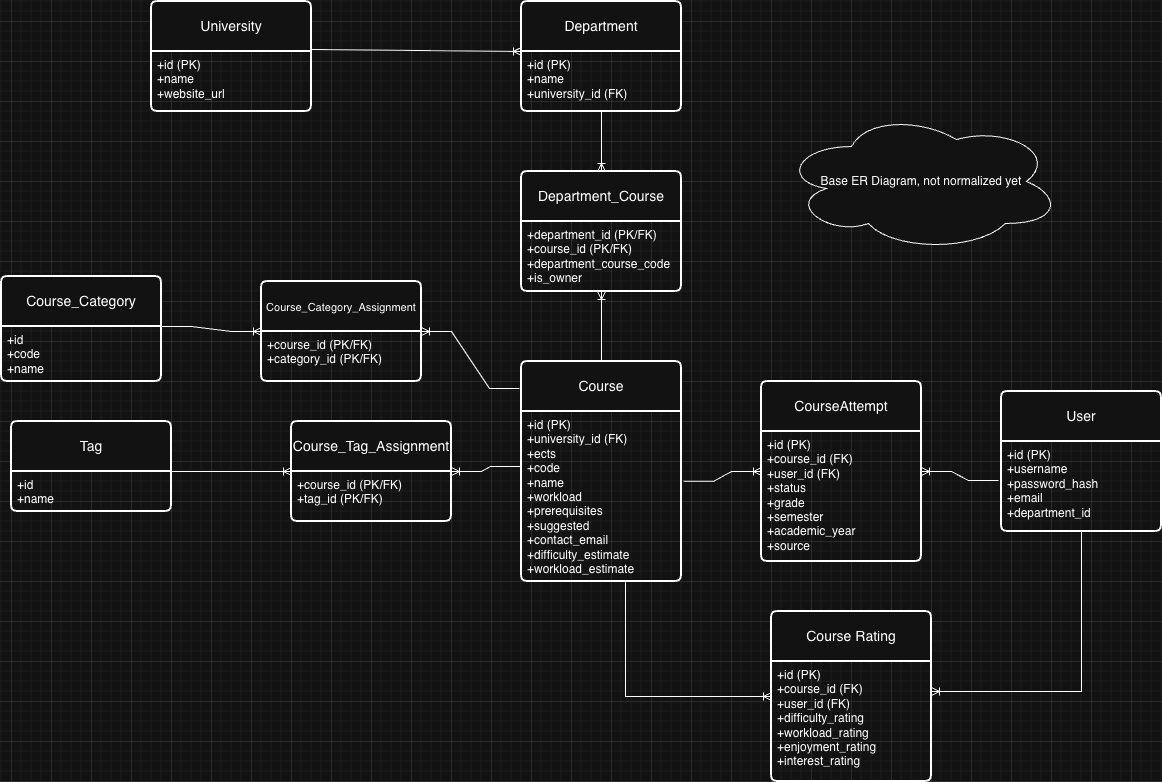
Above: docs/Database/ER.png in SpyrosSiachamis/AcademicAdvisor (draw.io), before the change. Source tidied: cells renumbered, new cells last; positions are measured from the earlier drawing's top-left corner, leaving out a move shared by most shapes.
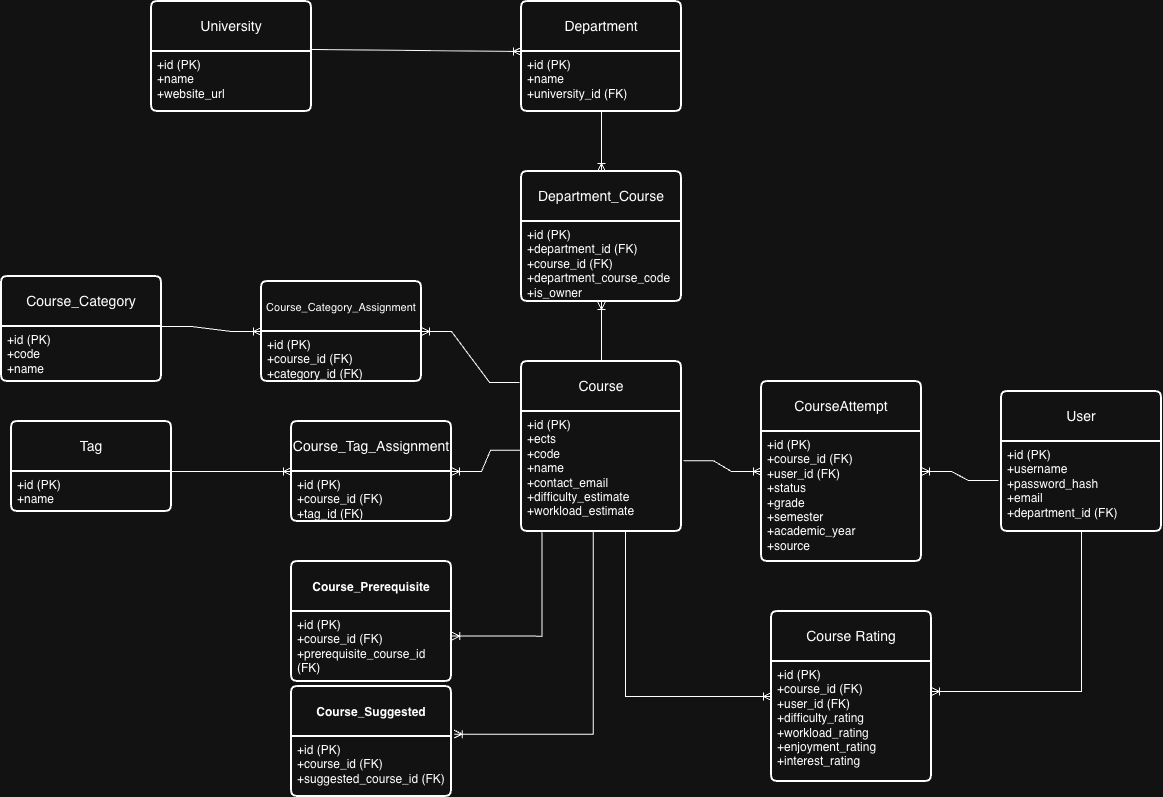
After the change.

Commit message:
Update ER diagram png to reflect recent database schema changes

Diff of the diagram source:
```diff
@@ -5,6 +5,6 @@
     <mxCell id="2" value="Course" style="swimlane;horizontal=1;startSize=50;rounded=1;fontSize=14;fontStyle=0;strokeWidth=2;shadow=0;dashed=0;align=center;arcSize=4;whiteSpace=wrap;html=1;" parent="1" vertex="1">
-      <mxGeometry x="520" y="360" width="160" height="220" as="geometry" />
+      <mxGeometry x="520" y="360" width="160" height="170" as="geometry" />
     </mxCell>
-    <mxCell id="3" value="+id (PK)&lt;div&gt;+university_id (FK)&lt;br&gt;&lt;div&gt;&lt;div&gt;+ects&lt;/div&gt;&lt;div&gt;+code&lt;/div&gt;&lt;div&gt;+name&lt;/div&gt;&lt;div&gt;+workload&lt;/div&gt;&lt;div&gt;+prerequisites&lt;br&gt;+suggested&lt;/div&gt;&lt;div&gt;&lt;span style=&quot;background-color: transparent; color: light-dark(rgb(0, 0, 0), rgb(255, 255, 255));&quot;&gt;+contact_email&lt;/span&gt;&lt;/div&gt;&lt;/div&gt;&lt;div&gt;+difficulty_estimate&lt;/div&gt;&lt;div&gt;+workload_estimate&lt;/div&gt;&lt;/div&gt;" style="align=left;strokeColor=none;fillColor=none;spacingLeft=4;spacingRight=4;fontSize=12;verticalAlign=top;html=1;whiteSpace=wrap;" parent="2" vertex="1">
-      <mxGeometry y="50" width="160" height="170" as="geometry" />
+    <mxCell id="3" value="+id (PK)&lt;div&gt;&lt;div&gt;&lt;div&gt;+ects&lt;/div&gt;&lt;div&gt;+code&lt;/div&gt;&lt;div&gt;+name&lt;/div&gt;&lt;div&gt;&lt;span style=&quot;background-color: transparent; color: light-dark(rgb(0, 0, 0), rgb(255, 255, 255));&quot;&gt;+contact_email&lt;/span&gt;&lt;/div&gt;&lt;/div&gt;&lt;div&gt;+difficulty_estimate&lt;/div&gt;&lt;div&gt;+workload_estimate&lt;/div&gt;&lt;/div&gt;" style="align=left;strokeColor=none;fillColor=none;spacingLeft=4;spacingRight=4;fontSize=12;verticalAlign=top;html=1;whiteSpace=wrap;" parent="2" vertex="1">
+      <mxGeometry y="50" width="160" height="120" as="geometry" />
     </mxCell>
@@ -13,3 +13,3 @@
     </mxCell>
-    <mxCell id="5" value="+id (PK)&lt;div&gt;+username&lt;/div&gt;&lt;div&gt;+password_hash&lt;/div&gt;&lt;div&gt;+email&lt;/div&gt;&lt;div&gt;+department_id&lt;/div&gt;" style="align=left;strokeColor=none;fillColor=none;spacingLeft=4;spacingRight=4;fontSize=12;verticalAlign=top;html=1;whiteSpace=wrap;" parent="4" vertex="1">
+    <mxCell id="5" value="+id (PK)&lt;div&gt;+username&lt;/div&gt;&lt;div&gt;+password_hash&lt;/div&gt;&lt;div&gt;+email&lt;/div&gt;&lt;div&gt;+department_id (FK)&lt;/div&gt;" style="align=left;strokeColor=none;fillColor=none;spacingLeft=4;spacingRight=4;fontSize=12;verticalAlign=top;html=1;whiteSpace=wrap;" parent="4" vertex="1">
       <mxGeometry y="50" width="160" height="90" as="geometry" />
@@ -19,3 +19,3 @@
     </mxCell>
-    <mxCell id="7" value="+id&lt;div&gt;+name&lt;/div&gt;" style="align=left;strokeColor=none;fillColor=none;spacingLeft=4;spacingRight=4;fontSize=12;verticalAlign=top;html=1;whiteSpace=wrap;" parent="6" vertex="1">
+    <mxCell id="7" value="+id (PK)&lt;div&gt;+name&lt;/div&gt;" style="align=left;strokeColor=none;fillColor=none;spacingLeft=4;spacingRight=4;fontSize=12;verticalAlign=top;html=1;whiteSpace=wrap;" parent="6" vertex="1">
       <mxGeometry y="50" width="160" height="40" as="geometry" />
@@ -25,3 +25,3 @@
     </mxCell>
-    <mxCell id="9" value="+course_id (PK/FK)&lt;div&gt;+tag_id (PK/FK)&lt;/div&gt;" style="align=left;strokeColor=none;fillColor=none;spacingLeft=4;spacingRight=4;fontSize=12;verticalAlign=top;html=1;whiteSpace=wrap;" parent="8" vertex="1">
+    <mxCell id="9" value="+id (PK)&lt;div&gt;+course_id (FK)&lt;/div&gt;&lt;div&gt;+tag_id (FK)&lt;/div&gt;" style="align=left;strokeColor=none;fillColor=none;spacingLeft=4;spacingRight=4;fontSize=12;verticalAlign=top;html=1;whiteSpace=wrap;" parent="8" vertex="1">
       <mxGeometry y="50" width="160" height="50" as="geometry" />
@@ -34,74 +34,93 @@
     </mxCell>
-    <mxCell id="12" value="Base ER Diagram, not normalized yet" style="ellipse;shape=cloud;whiteSpace=wrap;html=1;" parent="1" vertex="1">
-      <mxGeometry x="780" y="110" width="280" height="140" as="geometry" />
+    <mxCell id="12" value="&lt;p class=&quot;p1&quot;&gt;CourseAttempt&lt;/p&gt;" style="swimlane;horizontal=1;startSize=50;rounded=1;fontSize=14;fontStyle=0;strokeWidth=2;shadow=0;dashed=0;align=center;arcSize=4;whiteSpace=wrap;html=1;" parent="1" vertex="1">
+      <mxGeometry x="760" y="380" width="160" height="180" as="geometry" />
     </mxCell>
-    <mxCell id="13" value="&lt;p class=&quot;p1&quot;&gt;CourseAttempt&lt;/p&gt;" style="swimlane;horizontal=1;startSize=50;rounded=1;fontSize=14;fontStyle=0;strokeWidth=2;shadow=0;dashed=0;align=center;arcSize=4;whiteSpace=wrap;html=1;" parent="1" vertex="1">
-      <mxGeometry x="760" y="380" width="160" height="180" as="geometry" />
+    <mxCell id="13" value="&lt;div&gt;+id (PK)&lt;/div&gt;+course_id (FK)&lt;div&gt;+user_id (FK)&lt;/div&gt;&lt;div&gt;+status&lt;/div&gt;&lt;div&gt;+grade&lt;/div&gt;&lt;div&gt;+semester&lt;/div&gt;&lt;div&gt;+academic_year&lt;/div&gt;&lt;div&gt;+source&lt;/div&gt;" style="align=left;strokeColor=none;fillColor=none;spacingLeft=4;spacingRight=4;fontSize=12;verticalAlign=top;html=1;whiteSpace=wrap;" parent="12" vertex="1">
+      <mxGeometry y="50" width="160" height="130" as="geometry" />
     </mxCell>
-    <mxCell id="14" value="&lt;div&gt;+id (PK)&lt;/div&gt;+course_id (FK)&lt;div&gt;+user_id (FK)&lt;/div&gt;&lt;div&gt;+status&lt;/div&gt;&lt;div&gt;+grade&lt;/div&gt;&lt;div&gt;+semester&lt;/div&gt;&lt;div&gt;+academic_year&lt;/div&gt;&lt;div&gt;+source&lt;/div&gt;" style="align=left;strokeColor=none;fillColor=none;spacingLeft=4;spacingRight=4;fontSize=12;verticalAlign=top;html=1;whiteSpace=wrap;" parent="13" vertex="1">
-      <mxGeometry y="50" width="160" height="130" as="geometry" />
+    <mxCell id="14" style="edgeStyle=entityRelationEdgeStyle;fontSize=12;html=1;endArrow=ERoneToMany;rounded=0;exitX=-0.019;exitY=0.433;exitDx=0;exitDy=0;entryX=1;entryY=0.5;entryDx=0;entryDy=0;exitPerimeter=0;" parent="1" edge="1" source="5" target="12">
+      <mxGeometry relative="1" as="geometry" />
     </mxCell>
-    <mxCell id="15" style="edgeStyle=entityRelationEdgeStyle;fontSize=12;html=1;endArrow=ERoneToMany;rounded=0;exitX=-0.019;exitY=0.433;exitDx=0;exitDy=0;entryX=1;entryY=0.5;entryDx=0;entryDy=0;exitPerimeter=0;" parent="1" edge="1" source="5" target="13">
+    <mxCell id="15" style="edgeStyle=entityRelationEdgeStyle;fontSize=12;html=1;endArrow=ERoneToMany;rounded=0;exitX=1.013;exitY=0.411;exitDx=0;exitDy=0;exitPerimeter=0;entryX=0;entryY=0.5;entryDx=0;entryDy=0;" parent="1" edge="1" source="3" target="12">
       <mxGeometry relative="1" as="geometry" />
     </mxCell>
-    <mxCell id="16" style="edgeStyle=entityRelationEdgeStyle;fontSize=12;html=1;endArrow=ERoneToMany;rounded=0;exitX=1.013;exitY=0.411;exitDx=0;exitDy=0;exitPerimeter=0;entryX=0;entryY=0.5;entryDx=0;entryDy=0;" parent="1" edge="1" source="3" target="13">
-      <mxGeometry relative="1" as="geometry" />
+    <mxCell id="16" value="&lt;p class=&quot;p1&quot;&gt;Course Rating&lt;/p&gt;" style="swimlane;horizontal=1;startSize=50;rounded=1;fontSize=14;fontStyle=0;strokeWidth=2;shadow=0;dashed=0;align=center;arcSize=4;whiteSpace=wrap;html=1;" parent="1" vertex="1">
+      <mxGeometry x="770" y="610" width="160" height="170" as="geometry" />
     </mxCell>
-    <mxCell id="17" value="&lt;p class=&quot;p1&quot;&gt;Course Rating&lt;/p&gt;" style="swimlane;horizontal=1;startSize=50;rounded=1;fontSize=14;fontStyle=0;strokeWidth=2;shadow=0;dashed=0;align=center;arcSize=4;whiteSpace=wrap;html=1;" parent="1" vertex="1">
-      <mxGeometry x="770" y="610" width="160" height="170" as="geometry" />
+    <mxCell id="17" value="&lt;div&gt;+id (PK)&lt;/div&gt;+course_id (FK)&lt;div&gt;+user_id (FK)&lt;/div&gt;&lt;div&gt;+difficulty_rating&lt;/div&gt;&lt;div&gt;+workload_rating&lt;/div&gt;&lt;div&gt;+enjoyment_rating&lt;/div&gt;&lt;div&gt;+interest_rating&lt;/div&gt;" style="align=left;strokeColor=none;fillColor=none;spacingLeft=4;spacingRight=4;fontSize=12;verticalAlign=top;html=1;whiteSpace=wrap;" parent="16" vertex="1">
+      <mxGeometry y="50" width="160" height="120" as="geometry" />
     </mxCell>
-    <mxCell id="18" value="&lt;div&gt;+id (PK)&lt;/div&gt;+course_id (FK)&lt;div&gt;+user_id (FK)&lt;/div&gt;&lt;div&gt;+difficulty_rating&lt;/div&gt;&lt;div&gt;+workload_rating&lt;/div&gt;&lt;div&gt;+enjoyment_rating&lt;/div&gt;&lt;div&gt;+interest_rating&lt;/div&gt;" style="align=left;strokeColor=none;fillColor=none;spacingLeft=4;spacingRight=4;fontSize=12;verticalAlign=top;html=1;whiteSpace=wrap;" parent="17" vertex="1">
-      <mxGeometry y="50" width="160" height="120" as="geometry" />
+    <mxCell id="18" style="fontSize=12;html=1;endArrow=ERoneToMany;rounded=0;exitX=0.65;exitY=1.005;exitDx=0;exitDy=0;exitPerimeter=0;entryX=0;entryY=0.5;entryDx=0;entryDy=0;edgeStyle=orthogonalEdgeStyle;" parent="1" edge="1" source="3" target="16">
+      <mxGeometry relative="1" as="geometry" />
     </mxCell>
-    <mxCell id="19" style="fontSize=12;html=1;endArrow=ERoneToMany;rounded=0;exitX=0.65;exitY=1.005;exitDx=0;exitDy=0;exitPerimeter=0;entryX=0;entryY=0.5;entryDx=0;entryDy=0;edgeStyle=orthogonalEdgeStyle;" parent="1" edge="1" source="3" target="17">
+    <mxCell id="19" style="edgeStyle=orthogonalEdgeStyle;fontSize=12;html=1;endArrow=ERoneToMany;rounded=0;exitX=0.5;exitY=1;exitDx=0;exitDy=0;entryX=1;entryY=0.25;entryDx=0;entryDy=0;" parent="1" edge="1" source="5" target="17">
       <mxGeometry relative="1" as="geometry" />
     </mxCell>
-    <mxCell id="20" style="edgeStyle=orthogonalEdgeStyle;fontSize=12;html=1;endArrow=ERoneToMany;rounded=0;exitX=0.5;exitY=1;exitDx=0;exitDy=0;entryX=1;entryY=0.25;entryDx=0;entryDy=0;" parent="1" edge="1" source="5" target="18">
-      <mxGeometry relative="1" as="geometry" />
+    <mxCell id="20" value="Department" style="swimlane;horizontal=1;startSize=50;rounded=1;fontSize=14;fontStyle=0;strokeWidth=2;shadow=0;dashed=0;align=center;arcSize=4;whiteSpace=wrap;html=1;" parent="1" vertex="1">
+      <mxGeometry x="520" width="160" height="110" as="geometry" />
     </mxCell>
-    <mxCell id="21" value="Department" style="swimlane;horizontal=1;startSize=50;rounded=1;fontSize=14;fontStyle=0;strokeWidth=2;shadow=0;dashed=0;align=center;arcSize=4;whiteSpace=wrap;html=1;" parent="1" vertex="1">
-      <mxGeometry x="520" width="160" height="110" as="geometry" />
+    <mxCell id="21" value="+id (PK)&lt;div&gt;+name&lt;/div&gt;&lt;div&gt;+university_id (FK)&lt;/div&gt;" style="align=left;strokeColor=none;fillColor=none;spacingLeft=4;spacingRight=4;fontSize=12;verticalAlign=top;html=1;whiteSpace=wrap;" parent="20" vertex="1">
+      <mxGeometry y="50" width="160" height="60" as="geometry" />
     </mxCell>
-    <mxCell id="22" value="+id (PK)&lt;div&gt;+name&lt;/div&gt;&lt;div&gt;+university_id (FK)&lt;/div&gt;" style="align=left;strokeColor=none;fillColor=none;spacingLeft=4;spacingRight=4;fontSize=12;verticalAlign=top;html=1;whiteSpace=wrap;" parent="21" vertex="1">
-      <mxGeometry y="50" width="160" height="60" as="geometry" />
+    <mxCell id="22" value="Department_Course" style="swimlane;horizontal=1;startSize=50;rounded=1;fontSize=14;fontStyle=0;strokeWidth=2;shadow=0;dashed=0;align=center;arcSize=4;whiteSpace=wrap;html=1;" parent="1" vertex="1">
+      <mxGeometry x="520" y="170" width="160" height="130" as="geometry" />
     </mxCell>
-    <mxCell id="23" value="Department_Course" style="swimlane;horizontal=1;startSize=50;rounded=1;fontSize=14;fontStyle=0;strokeWidth=2;shadow=0;dashed=0;align=center;arcSize=4;whiteSpace=wrap;html=1;" parent="1" vertex="1">
-      <mxGeometry x="520" y="170" width="160" height="120" as="geometry" />
+    <mxCell id="23" value="&lt;div&gt;+id (PK)&lt;/div&gt;&lt;div&gt;+department_id (FK)&lt;/div&gt;&lt;div&gt;+course_id (FK)&lt;/div&gt;&lt;div&gt;+department_course_code&lt;/div&gt;&lt;div&gt;+is_owner&lt;/div&gt;" style="align=left;strokeColor=none;fillColor=none;spacingLeft=4;spacingRight=4;fontSize=12;verticalAlign=top;html=1;whiteSpace=wrap;" parent="22" vertex="1">
+      <mxGeometry y="50" width="160" height="80" as="geometry" />
     </mxCell>
-    <mxCell id="24" value="&lt;div&gt;+department_id (PK/FK)&lt;/div&gt;&lt;div&gt;+course_id (PK/FK)&lt;/div&gt;&lt;div&gt;+department_course_code&lt;/div&gt;&lt;div&gt;+is_owner&lt;/div&gt;" style="align=left;strokeColor=none;fillColor=none;spacingLeft=4;spacingRight=4;fontSize=12;verticalAlign=top;html=1;whiteSpace=wrap;" parent="23" vertex="1">
-      <mxGeometry y="50" width="160" height="70" as="geometry" />
+    <mxCell id="24" style="fontSize=12;html=1;endArrow=ERoneToMany;rounded=0;entryX=0.5;entryY=0;entryDx=0;entryDy=0;exitX=0.5;exitY=1;exitDx=0;exitDy=0;" parent="1" edge="1" source="21" target="22">
+      <mxGeometry relative="1" as="geometry" />
     </mxCell>
-    <mxCell id="25" style="fontSize=12;html=1;endArrow=ERoneToMany;rounded=0;entryX=0.5;entryY=0;entryDx=0;entryDy=0;exitX=0.5;exitY=1;exitDx=0;exitDy=0;" parent="1" edge="1" source="22" target="23">
+    <mxCell id="25" style="fontSize=12;html=1;endArrow=ERoneToMany;rounded=0;entryX=0.5;entryY=1;entryDx=0;entryDy=0;exitX=0.5;exitY=0;exitDx=0;exitDy=0;" parent="1" edge="1" source="2" target="23">
       <mxGeometry relative="1" as="geometry" />
     </mxCell>
-    <mxCell id="26" style="fontSize=12;html=1;endArrow=ERoneToMany;rounded=0;entryX=0.5;entryY=1;entryDx=0;entryDy=0;exitX=0.5;exitY=0;exitDx=0;exitDy=0;" parent="1" edge="1" source="2" target="24">
-      <mxGeometry relative="1" as="geometry" />
+    <mxCell id="26" value="University" style="swimlane;horizontal=1;startSize=50;rounded=1;fontSize=14;fontStyle=0;strokeWidth=2;shadow=0;dashed=0;align=center;arcSize=4;whiteSpace=wrap;html=1;" parent="1" vertex="1">
+      <mxGeometry x="150" width="160" height="110" as="geometry" />
     </mxCell>
-    <mxCell id="27" value="University" style="swimlane;horizontal=1;startSize=50;rounded=1;fontSize=14;fontStyle=0;strokeWidth=2;shadow=0;dashed=0;align=center;arcSize=4;whiteSpace=wrap;html=1;" parent="1" vertex="1">
-      <mxGeometry x="150" width="160" height="110" as="geometry" />
+    <mxCell id="27" value="+id (PK)&lt;div&gt;+name&lt;/div&gt;&lt;div&gt;+website_url&lt;/div&gt;" style="align=left;strokeColor=none;fillColor=none;spacingLeft=4;spacingRight=4;fontSize=12;verticalAlign=top;html=1;whiteSpace=wrap;" parent="26" vertex="1">
+      <mxGeometry y="50" width="160" height="60" as="geometry" />
     </mxCell>
-    <mxCell id="28" value="+id (PK)&lt;div&gt;+name&lt;/div&gt;&lt;div&gt;+website_url&lt;/div&gt;" style="align=left;strokeColor=none;fillColor=none;spacingLeft=4;spacingRight=4;fontSize=12;verticalAlign=top;html=1;whiteSpace=wrap;" parent="27" vertex="1">
-      <mxGeometry y="50" width="160" height="60" as="geometry" />
+    <mxCell id="28" style="fontSize=12;html=1;endArrow=ERoneToMany;rounded=0;entryX=0;entryY=0;entryDx=0;entryDy=0;exitX=0.994;exitY=0.436;exitDx=0;exitDy=0;exitPerimeter=0;" parent="1" edge="1" source="26" target="21">
+      <mxGeometry relative="1" as="geometry" />
     </mxCell>
-    <mxCell id="29" style="fontSize=12;html=1;endArrow=ERoneToMany;rounded=0;entryX=0;entryY=0;entryDx=0;entryDy=0;exitX=0.994;exitY=0.436;exitDx=0;exitDy=0;exitPerimeter=0;" parent="1" edge="1" source="27" target="22">
-      <mxGeometry relative="1" as="geometry" />
+    <mxCell id="29" value="Course_Category" style="swimlane;horizontal=1;startSize=50;rounded=1;fontSize=14;fontStyle=0;strokeWidth=2;shadow=0;dashed=0;align=center;arcSize=4;whiteSpace=wrap;html=1;" parent="1" vertex="1">
+      <mxGeometry y="275" width="160" height="105" as="geometry" />
     </mxCell>
-    <mxCell id="30" value="Course_Category" style="swimlane;horizontal=1;startSize=50;rounded=1;fontSize=14;fontStyle=0;strokeWidth=2;shadow=0;dashed=0;align=center;arcSize=4;whiteSpace=wrap;html=1;" parent="1" vertex="1">
-      <mxGeometry y="275" width="160" height="105" as="geometry" />
+    <mxCell id="30" value="+id (PK)&lt;div&gt;&lt;div&gt;+code&lt;/div&gt;&lt;div&gt;+name&lt;/div&gt;&lt;div&gt;&lt;br&gt;&lt;/div&gt;&lt;/div&gt;" style="align=left;strokeColor=none;fillColor=none;spacingLeft=4;spacingRight=4;fontSize=12;verticalAlign=top;html=1;whiteSpace=wrap;" parent="29" vertex="1">
+      <mxGeometry y="50" width="160" height="55" as="geometry" />
     </mxCell>
-    <mxCell id="31" value="+id&lt;div&gt;&lt;div&gt;+code&lt;/div&gt;&lt;div&gt;+name&lt;/div&gt;&lt;div&gt;&lt;br&gt;&lt;/div&gt;&lt;/div&gt;" style="align=left;strokeColor=none;fillColor=none;spacingLeft=4;spacingRight=4;fontSize=12;verticalAlign=top;html=1;whiteSpace=wrap;" parent="30" vertex="1">
-      <mxGeometry y="50" width="160" height="55" as="geometry" />
+    <mxCell id="31" value="&lt;font style=&quot;font-size: 11px;&quot;&gt;Course_Category_Assignment&lt;/font&gt;" style="swimlane;horizontal=1;startSize=50;rounded=1;fontSize=14;fontStyle=0;strokeWidth=2;shadow=0;dashed=0;align=center;arcSize=4;whiteSpace=wrap;html=1;" parent="1" vertex="1">
+      <mxGeometry x="260" y="280" width="160" height="100" as="geometry" />
     </mxCell>
-    <mxCell id="32" value="&lt;font style=&quot;font-size: 11px;&quot;&gt;Course_Category_Assignment&lt;/font&gt;" style="swimlane;horizontal=1;startSize=50;rounded=1;fontSize=14;fontStyle=0;strokeWidth=2;shadow=0;dashed=0;align=center;arcSize=4;whiteSpace=wrap;html=1;" parent="1" vertex="1">
-      <mxGeometry x="260" y="280" width="160" height="100" as="geometry" />
+    <mxCell id="32" value="+id (PK)&lt;div&gt;+course_id (FK)&lt;/div&gt;&lt;div&gt;+category_id (FK)&lt;/div&gt;" style="align=left;strokeColor=none;fillColor=none;spacingLeft=4;spacingRight=4;fontSize=12;verticalAlign=top;html=1;whiteSpace=wrap;" parent="31" vertex="1">
+      <mxGeometry y="50" width="160" height="50" as="geometry" />
     </mxCell>
-    <mxCell id="33" value="+course_id (PK/FK)&lt;div&gt;+category_id (PK/FK)&lt;/div&gt;" style="align=left;strokeColor=none;fillColor=none;spacingLeft=4;spacingRight=4;fontSize=12;verticalAlign=top;html=1;whiteSpace=wrap;" parent="32" vertex="1">
-      <mxGeometry y="50" width="160" height="50" as="geometry" />
+    <mxCell id="33" style="edgeStyle=entityRelationEdgeStyle;fontSize=12;html=1;endArrow=ERoneToMany;rounded=0;exitX=1;exitY=0;exitDx=0;exitDy=0;entryX=0;entryY=0.5;entryDx=0;entryDy=0;" parent="1" edge="1" source="30" target="31">
+      <mxGeometry relative="1" as="geometry" />
     </mxCell>
-    <mxCell id="34" style="edgeStyle=entityRelationEdgeStyle;fontSize=12;html=1;endArrow=ERoneToMany;rounded=0;exitX=1;exitY=0;exitDx=0;exitDy=0;entryX=0;entryY=0.5;entryDx=0;entryDy=0;" parent="1" edge="1" source="31" target="32">
+    <mxCell id="34" style="edgeStyle=entityRelationEdgeStyle;fontSize=12;html=1;endArrow=ERoneToMany;rounded=0;exitX=-0.012;exitY=0.123;exitDx=0;exitDy=0;entryX=1;entryY=0;entryDx=0;entryDy=0;exitPerimeter=0;" parent="1" edge="1" source="2" target="32">
       <mxGeometry relative="1" as="geometry" />
     </mxCell>
-    <mxCell id="35" style="edgeStyle=entityRelationEdgeStyle;fontSize=12;html=1;endArrow=ERoneToMany;rounded=0;exitX=-0.012;exitY=0.123;exitDx=0;exitDy=0;entryX=1;entryY=0;entryDx=0;entryDy=0;exitPerimeter=0;" parent="1" edge="1" source="2" target="33">
-      <mxGeometry relative="1" as="geometry" />
+    <mxCell id="35" value="&lt;font style=&quot;font-size: 12px;&quot;&gt;Course_Prerequisite&lt;/font&gt;" style="swimlane;horizontal=1;startSize=50;rounded=1;fontSize=14;fontStyle=1;strokeWidth=2;shadow=0;dashed=0;align=center;arcSize=4;whiteSpace=wrap;html=1;" parent="1" vertex="1">
+      <mxGeometry x="290" y="560" width="160" height="120" as="geometry" />
     </mxCell>
+    <mxCell id="36" value="+id (PK)&lt;div&gt;+course_id (FK)&lt;/div&gt;&lt;div&gt;+prerequisite_course_id (FK)&lt;/div&gt;" style="align=left;strokeColor=none;fillColor=none;spacingLeft=4;spacingRight=4;fontSize=12;verticalAlign=top;html=1;whiteSpace=wrap;" parent="35" vertex="1">
+      <mxGeometry y="50" width="160" height="70" as="geometry" />
+    </mxCell>
+    <mxCell id="37" style="fontSize=12;html=1;endArrow=ERoneToMany;rounded=0;exitX=0.128;exitY=1.006;exitDx=0;exitDy=0;exitPerimeter=0;entryX=1.001;entryY=0.351;entryDx=0;entryDy=0;entryPerimeter=0;edgeStyle=orthogonalEdgeStyle;" parent="1" edge="1" source="3" target="36">
+      <mxGeometry relative="1" as="geometry" />
+    </mxCell>
+    <mxCell id="38" value="&lt;font style=&quot;font-size: 12px;&quot;&gt;Course_Suggested&lt;/font&gt;" style="swimlane;horizontal=1;startSize=50;rounded=1;fontSize=14;fontStyle=1;strokeWidth=2;shadow=0;dashed=0;align=center;arcSize=4;whiteSpace=wrap;html=1;" parent="1" vertex="1">
+      <mxGeometry x="290" y="685" width="160" height="110" as="geometry" />
+    </mxCell>
+    <mxCell id="39" value="+id (PK)&lt;div&gt;+course_id (FK)&lt;/div&gt;&lt;div&gt;+suggested_course_id (FK)&lt;/div&gt;" style="align=left;strokeColor=none;fillColor=none;spacingLeft=4;spacingRight=4;fontSize=12;verticalAlign=top;html=1;whiteSpace=wrap;" parent="38" vertex="1">
+      <mxGeometry y="50" width="160" height="60" as="geometry" />
+    </mxCell>
+    <mxCell id="40" style="fontSize=12;html=1;endArrow=ERoneToMany;rounded=0;exitX=0.449;exitY=1.001;exitDx=0;exitDy=0;exitPerimeter=0;entryX=1.017;entryY=0.433;entryDx=0;entryDy=0;entryPerimeter=0;edgeStyle=orthogonalEdgeStyle;" parent="1" edge="1" source="3" target="38">
+      <mxGeometry relative="1" as="geometry">
+        <Array as="points">
+          <mxPoint x="592" y="733" />
+        </Array>
+      </mxGeometry>
+    </mxCell>
   </root>
```
